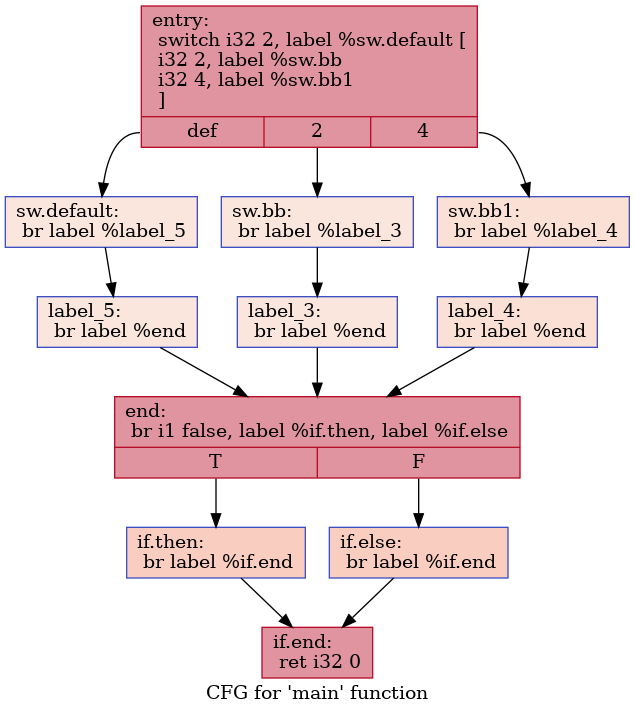
This is IR/cfg/SCCP_BASELINE.dot.png from HPSSA-LLVM/HPSSA-LLVM, a Graphviz export, as it was before one commit. Its source is kept beside it as IR/cfg/SCCP_BASELINE.dot.
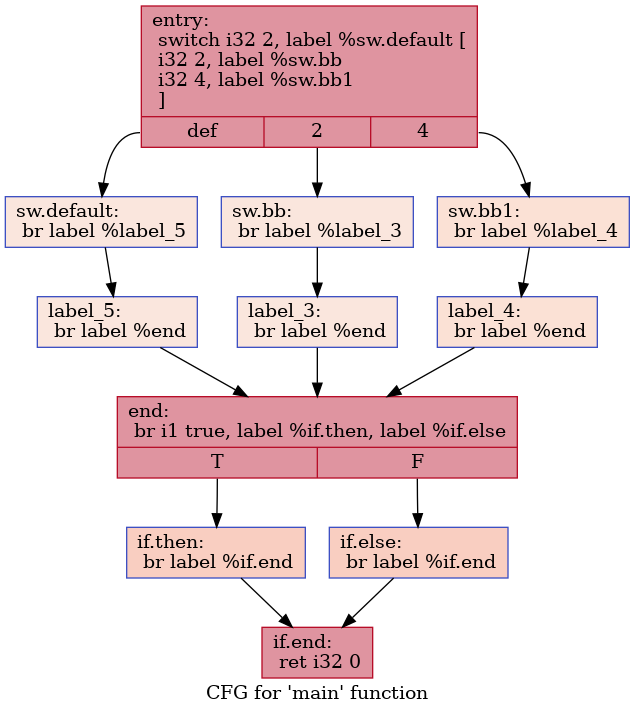
Later version of the same file.

Diff of the diagram source:
```diff
@@ -1,28 +1,28 @@
 digraph "CFG for 'main' function" {
 	label="CFG for 'main' function";
 
-	Node0x5590b6a9e6e0 [shape=record,color="#b70d28ff", style=filled, fillcolor="#b70d2870",label="{entry:\l  switch i32 2, label %sw.default [\l    i32 2, label %sw.bb\l    i32 4, label %sw.bb1\l  ]\l|{<s0>def|<s1>2|<s2>4}}"];
-	Node0x5590b6a9e6e0:s0 -> Node0x5590b6a9e810;
-	Node0x5590b6a9e6e0:s1 -> Node0x5590b6a9e890;
-	Node0x5590b6a9e6e0:s2 -> Node0x5590b6a9e930;
-	Node0x5590b6a9e890 [shape=record,color="#3d50c3ff", style=filled, fillcolor="#f3c7b170",label="{sw.bb:                                            \l  br label %label_3\l}"];
-	Node0x5590b6a9e890 -> Node0x5590b6a9eac0;
-	Node0x5590b6a9e930 [shape=record,color="#3d50c3ff", style=filled, fillcolor="#f7bca170",label="{sw.bb1:                                           \l  br label %label_4\l}"];
-	Node0x5590b6a9e930 -> Node0x5590b6a9eba0;
-	Node0x5590b6a9e810 [shape=record,color="#3d50c3ff", style=filled, fillcolor="#f3c7b170",label="{sw.default:                                       \l  br label %label_5\l}"];
-	Node0x5590b6a9e810 -> Node0x5590b6a9ec80;
-	Node0x5590b6a9eac0 [shape=record,color="#3d50c3ff", style=filled, fillcolor="#f3c7b170",label="{label_3:                                          \l  br label %end\l}"];
-	Node0x5590b6a9eac0 -> Node0x5590b6a9ed60;
-	Node0x5590b6a9eba0 [shape=record,color="#3d50c3ff", style=filled, fillcolor="#f7bca170",label="{label_4:                                          \l  br label %end\l}"];
-	Node0x5590b6a9eba0 -> Node0x5590b6a9ed60;
-	Node0x5590b6a9ec80 [shape=record,color="#3d50c3ff", style=filled, fillcolor="#f3c7b170",label="{label_5:                                          \l  br label %end\l}"];
-	Node0x5590b6a9ec80 -> Node0x5590b6a9ed60;
-	Node0x5590b6a9ed60 [shape=record,color="#b70d28ff", style=filled, fillcolor="#b70d2870",label="{end:                                              \l  br i1 false, label %if.then, label %if.else\l|{<s0>T|<s1>F}}"];
-	Node0x5590b6a9ed60:s0 -> Node0x5590b6a9ef50;
-	Node0x5590b6a9ed60:s1 -> Node0x5590b6a9efc0;
-	Node0x5590b6a9ef50 [shape=record,color="#3d50c3ff", style=filled, fillcolor="#f2907270",label="{if.then:                                          \l  br label %if.end\l}"];
-	Node0x5590b6a9ef50 -> Node0x5590b6a9f0e0;
-	Node0x5590b6a9efc0 [shape=record,color="#3d50c3ff", style=filled, fillcolor="#f2907270",label="{if.else:                                          \l  br label %if.end\l}"];
-	Node0x5590b6a9efc0 -> Node0x5590b6a9f0e0;
-	Node0x5590b6a9f0e0 [shape=record,color="#b70d28ff", style=filled, fillcolor="#b70d2870",label="{if.end:                                           \l  ret i32 0\l}"];
+	Node0x55cc8c28d6e0 [shape=record,color="#b70d28ff", style=filled, fillcolor="#b70d2870",label="{entry:\l  switch i32 2, label %sw.default [\l    i32 2, label %sw.bb\l    i32 4, label %sw.bb1\l  ]\l|{<s0>def|<s1>2|<s2>4}}"];
+	Node0x55cc8c28d6e0:s0 -> Node0x55cc8c28d810;
+	Node0x55cc8c28d6e0:s1 -> Node0x55cc8c28d890;
+	Node0x55cc8c28d6e0:s2 -> Node0x55cc8c28d930;
+	Node0x55cc8c28d890 [shape=record,color="#3d50c3ff", style=filled, fillcolor="#f3c7b170",label="{sw.bb:                                            \l  br label %label_3\l}"];
+	Node0x55cc8c28d890 -> Node0x55cc8c28dac0;
+	Node0x55cc8c28d930 [shape=record,color="#3d50c3ff", style=filled, fillcolor="#f7bca170",label="{sw.bb1:                                           \l  br label %label_4\l}"];
+	Node0x55cc8c28d930 -> Node0x55cc8c28dba0;
+	Node0x55cc8c28d810 [shape=record,color="#3d50c3ff", style=filled, fillcolor="#f3c7b170",label="{sw.default:                                       \l  br label %label_5\l}"];
+	Node0x55cc8c28d810 -> Node0x55cc8c28dc80;
+	Node0x55cc8c28dac0 [shape=record,color="#3d50c3ff", style=filled, fillcolor="#f3c7b170",label="{label_3:                                          \l  br label %end\l}"];
+	Node0x55cc8c28dac0 -> Node0x55cc8c28dd60;
+	Node0x55cc8c28dba0 [shape=record,color="#3d50c3ff", style=filled, fillcolor="#f7bca170",label="{label_4:                                          \l  br label %end\l}"];
+	Node0x55cc8c28dba0 -> Node0x55cc8c28dd60;
+	Node0x55cc8c28dc80 [shape=record,color="#3d50c3ff", style=filled, fillcolor="#f3c7b170",label="{label_5:                                          \l  br label %end\l}"];
+	Node0x55cc8c28dc80 -> Node0x55cc8c28dd60;
+	Node0x55cc8c28dd60 [shape=record,color="#b70d28ff", style=filled, fillcolor="#b70d2870",label="{end:                                              \l  br i1 true, label %if.then, label %if.else\l|{<s0>T|<s1>F}}"];
+	Node0x55cc8c28dd60:s0 -> Node0x55cc8c28df50;
+	Node0x55cc8c28dd60:s1 -> Node0x55cc8c28dfc0;
+	Node0x55cc8c28df50 [shape=record,color="#3d50c3ff", style=filled, fillcolor="#f2907270",label="{if.then:                                          \l  br label %if.end\l}"];
+	Node0x55cc8c28df50 -> Node0x55cc8c28e0e0;
+	Node0x55cc8c28dfc0 [shape=record,color="#3d50c3ff", style=filled, fillcolor="#f2907270",label="{if.else:                                          \l  br label %if.end\l}"];
+	Node0x55cc8c28dfc0 -> Node0x55cc8c28e0e0;
+	Node0x55cc8c28e0e0 [shape=record,color="#b70d28ff", style=filled, fillcolor="#b70d2870",label="{if.end:                                           \l  ret i32 0\l}"];
 }
```
